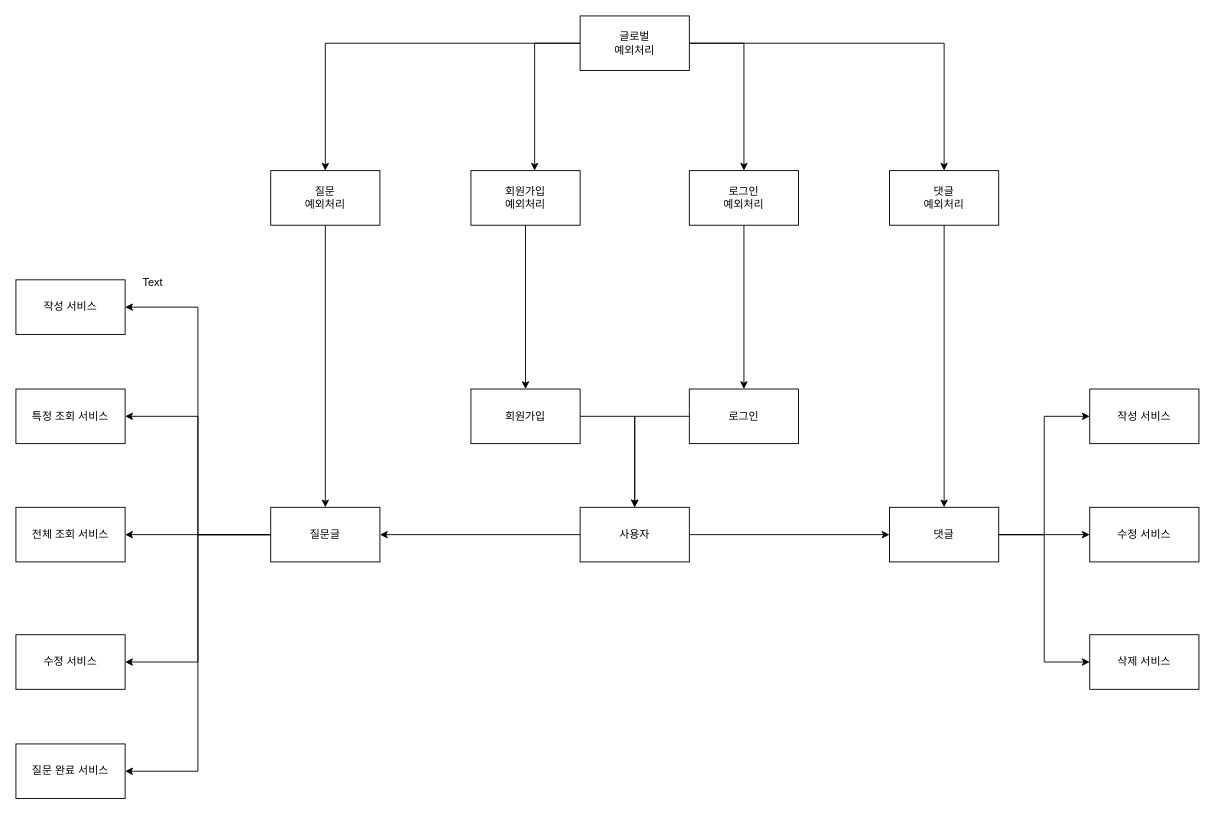
vanillacake369/sparta-forum keeps this draw.io diagram as 도메인설계.drawio. Above is the earlier version. Source tidied: cells renumbered, new cells numbered last; positions are measured from the earlier drawing's top-left corner, leaving out a move shared by most shapes. Both pictures are drawn from the tidied source at 91%, with x=0, y=0 at pixel (15, 15).
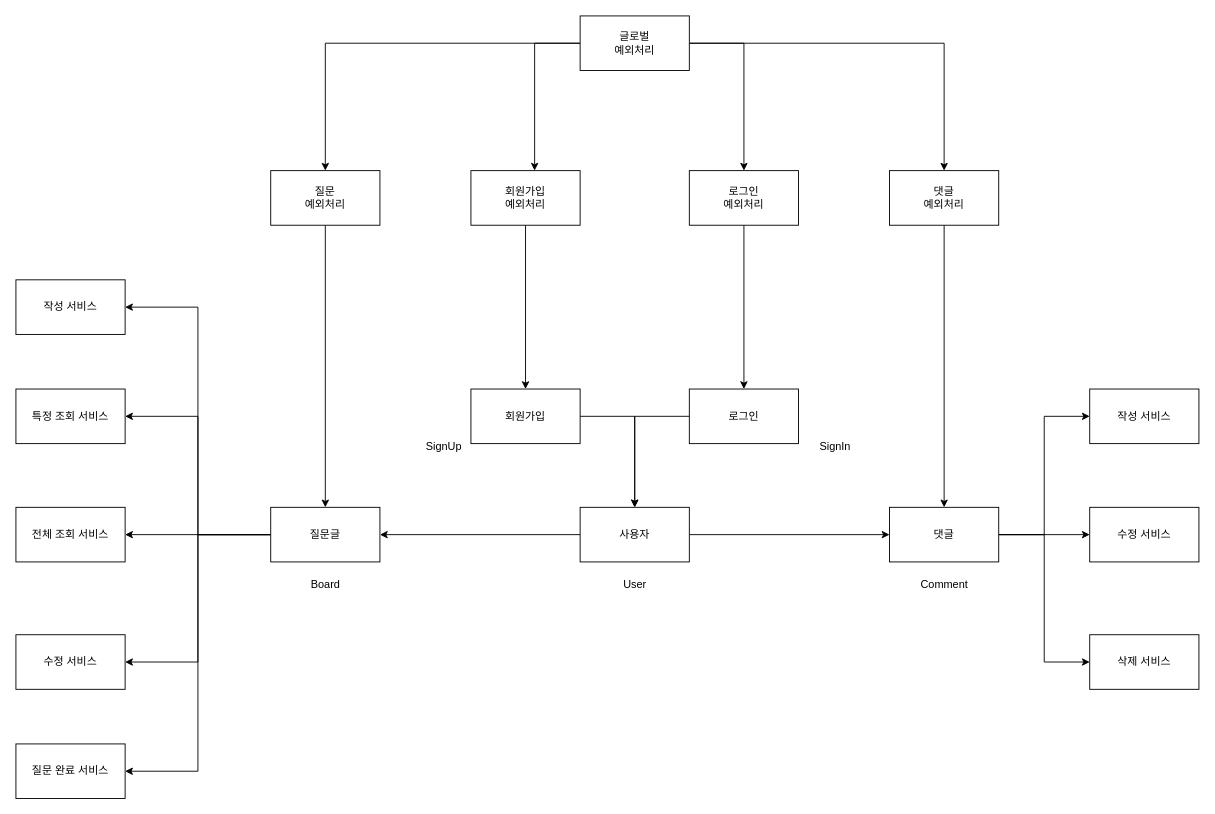
After the change.

Commit message (it also covers changes not shown here):
도메인설계.drawio 업데이트

What changed in the source:
```diff
@@
-    <mxCell id="40" value="Text" style="text;html=1;align=center;verticalAlign=middle;strokeColor=none;fillColor=none;" parent="1" vertex="1">
-      <mxGeometry x="125" y="278" width="50" height="30" as="geometry" />
-    </mxCell>
+    <mxCell id="41" value="SignUp" style="text;html=1;align=center;verticalAlign=middle;strokeColor=none;fillColor=none;" parent="1" vertex="1">
+      <mxGeometry x="440" y="458" width="60" height="30" as="geometry" />
+    </mxCell>
+    <mxCell id="42" value="SignIn" style="text;html=1;align=center;verticalAlign=middle;strokeColor=none;fillColor=none;" parent="1" vertex="1">
+      <mxGeometry x="870" y="458" width="60" height="30" as="geometry" />
+    </mxCell>
+    <mxCell id="43" value="User" style="text;html=1;align=center;verticalAlign=middle;strokeColor=none;fillColor=none;" parent="1" vertex="1">
+      <mxGeometry x="655" y="610" width="50" height="30" as="geometry" />
+    </mxCell>
+    <mxCell id="44" value="Board" style="text;html=1;align=center;verticalAlign=middle;strokeColor=none;fillColor=none;" parent="1" vertex="1">
+      <mxGeometry x="310" y="610" width="60" height="30" as="geometry" />
+    </mxCell>
+    <mxCell id="45" value="Comment" style="text;html=1;align=center;verticalAlign=middle;strokeColor=none;fillColor=none;" parent="1" vertex="1">
+      <mxGeometry x="980" y="610" width="80" height="30" as="geometry" />
+    </mxCell>
```
